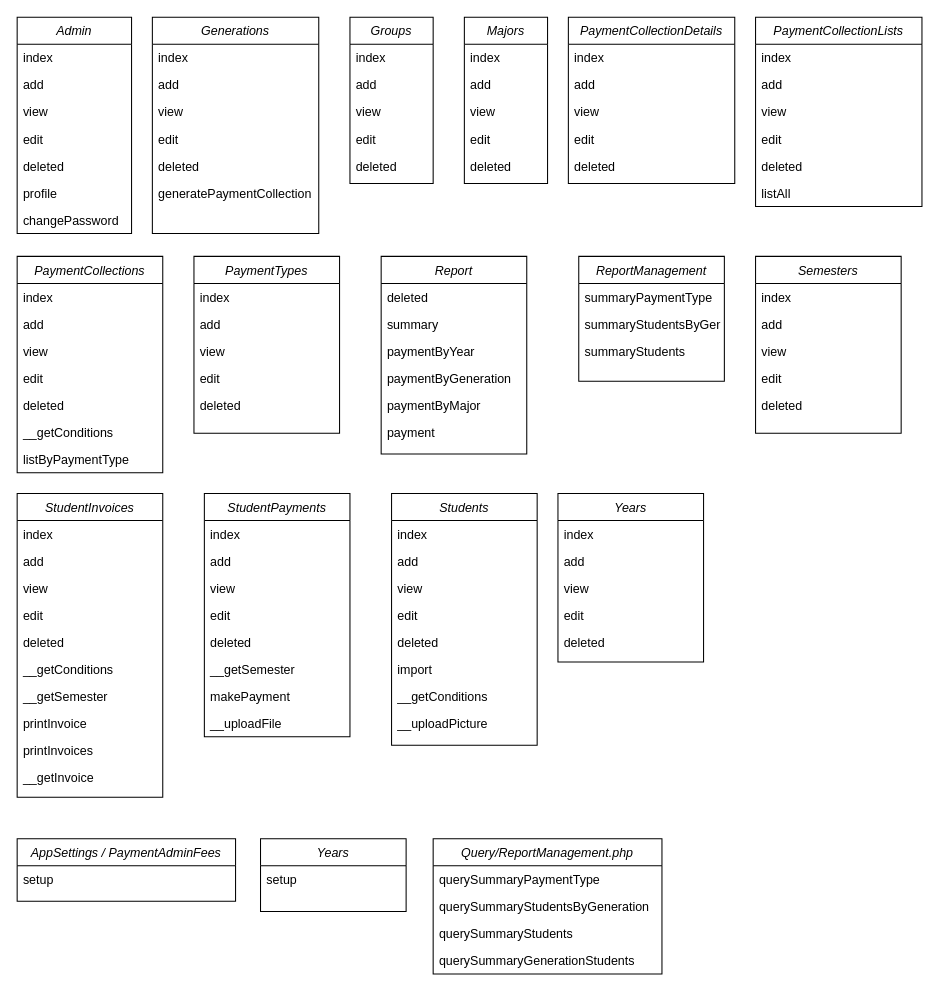
Above: Untitled Diagram.drawio in VuthyPanha/Public-test (draw.io), before the change. Source tidied: cells renumbered, new cells numbered last; positions are measured from the earlier drawing's top-left corner, leaving out a move shared by most shapes. Both pictures are drawn from the tidied source at 104%, with x=0, y=0 at pixel (17, 17).
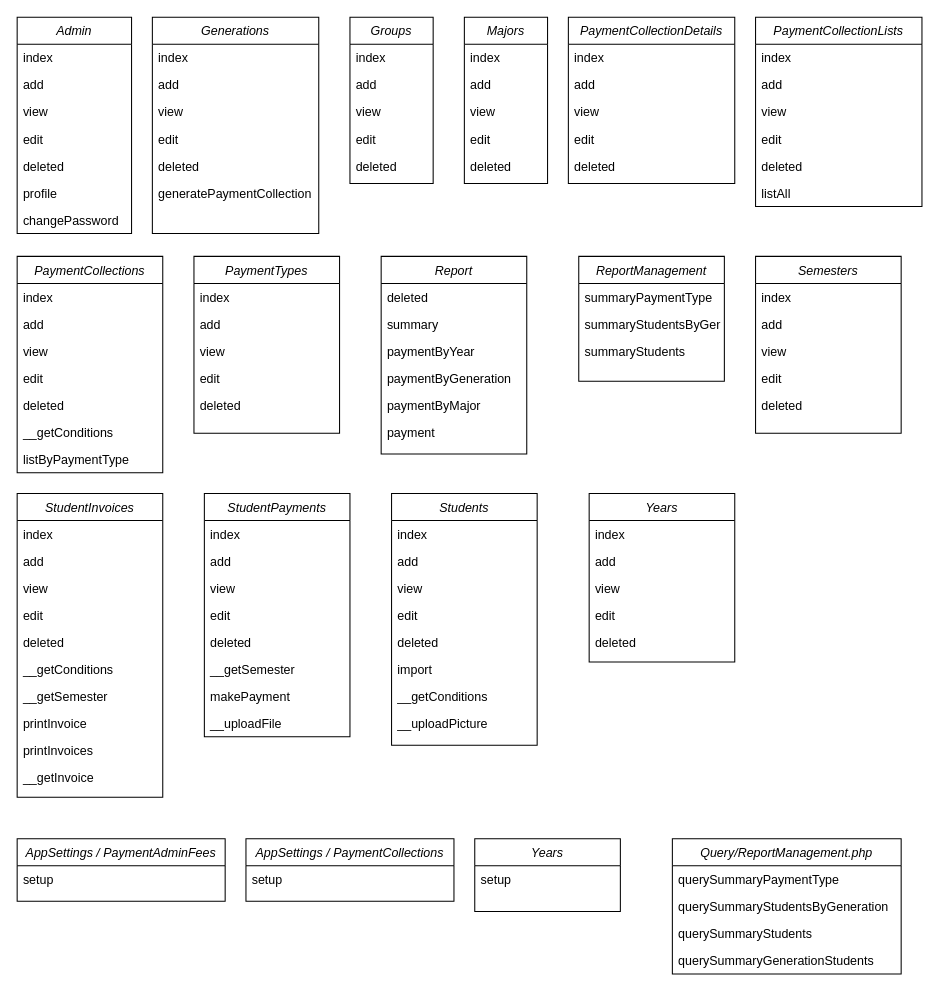
Above is the later version.

The edit, as a diff of the source:
```diff
@@
     <mxCell id="102" value="Years" style="swimlane;fontStyle=2;align=center;verticalAlign=top;horizontal=1;startSize=26;rounded=0;shadow=0;strokeWidth=1;" parent="1" vertex="1">
-      <mxGeometry x="520" y="458" width="140" height="162" as="geometry" />
+      <mxGeometry x="550" y="458" width="140" height="162" as="geometry" />
     </mxCell>
@@
     <mxCell id="108" value="AppSettings / PaymentAdminFees" style="swimlane;fontStyle=2;align=center;verticalAlign=top;horizontal=1;startSize=26;rounded=0;shadow=0;strokeWidth=1;" parent="1" vertex="1">
-      <mxGeometry y="790" width="210" height="60" as="geometry" />
+      <mxGeometry y="790" width="200" height="60" as="geometry" />
     </mxCell>
     <mxCell id="109" value="setup" style="text;align=left;verticalAlign=top;spacingLeft=4;spacingRight=4;overflow=hidden;rounded=0;shadow=0;html=0;" parent="108" vertex="1">
-      <mxGeometry y="26" width="210" height="26" as="geometry" />
+      <mxGeometry y="26" width="200" height="26" as="geometry" />
     </mxCell>
     <mxCell id="110" value="Years" style="swimlane;fontStyle=2;align=center;verticalAlign=top;horizontal=1;startSize=26;rounded=0;shadow=0;strokeWidth=1;" parent="1" vertex="1">
-      <mxGeometry x="234" y="790" width="140" height="70" as="geometry" />
+      <mxGeometry x="440" y="790" width="140" height="70" as="geometry" />
     </mxCell>
@@
     <mxCell id="112" value="Query/ReportManagement.php" style="swimlane;fontStyle=2;align=center;verticalAlign=top;horizontal=1;startSize=26;rounded=0;shadow=0;strokeWidth=1;" parent="1" vertex="1">
-      <mxGeometry x="400" y="790" width="220" height="130" as="geometry" />
+      <mxGeometry x="630" y="790" width="220" height="130" as="geometry" />
     </mxCell>
@@
+    <mxCell id="117" value="AppSettings / PaymentCollections" style="swimlane;fontStyle=2;align=center;verticalAlign=top;horizontal=1;startSize=26;rounded=0;shadow=0;strokeWidth=1;" parent="1" vertex="1">
+      <mxGeometry x="220" y="790" width="200" height="60" as="geometry" />
+    </mxCell>
+    <mxCell id="118" value="setup" style="text;align=left;verticalAlign=top;spacingLeft=4;spacingRight=4;overflow=hidden;rounded=0;shadow=0;html=0;" parent="117" vertex="1">
+      <mxGeometry y="26" width="200" height="26" as="geometry" />
+    </mxCell>
```
